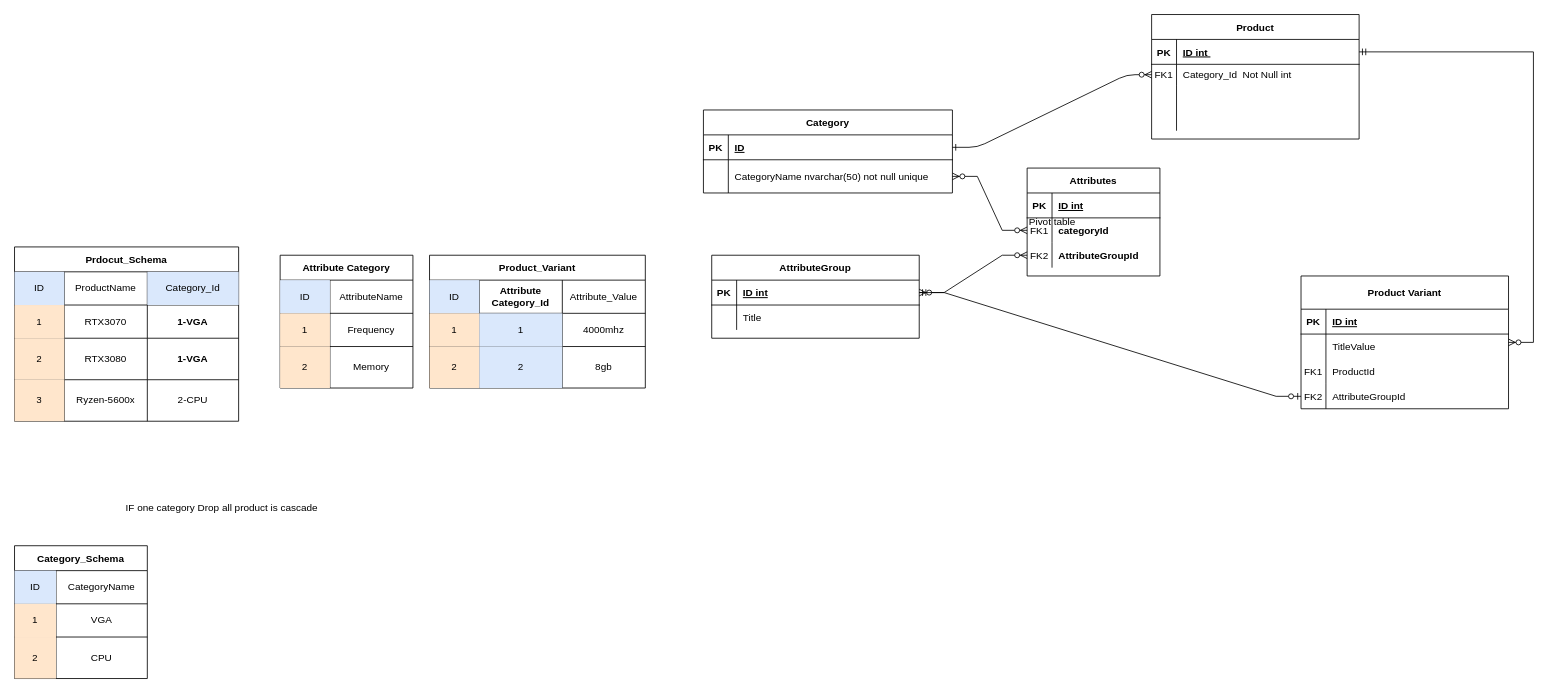
This is Untitled Diagram.drawio from MajidRad/Diagrams, a draw.io file, before an edit. Source tidied: cells renumbered, new cells numbered last; positions are measured from the earlier drawing's top-left corner, leaving out a move shared by most shapes. Both pictures are drawn from the tidied source at 83%, with x=0, y=0 at pixel (14, 14).
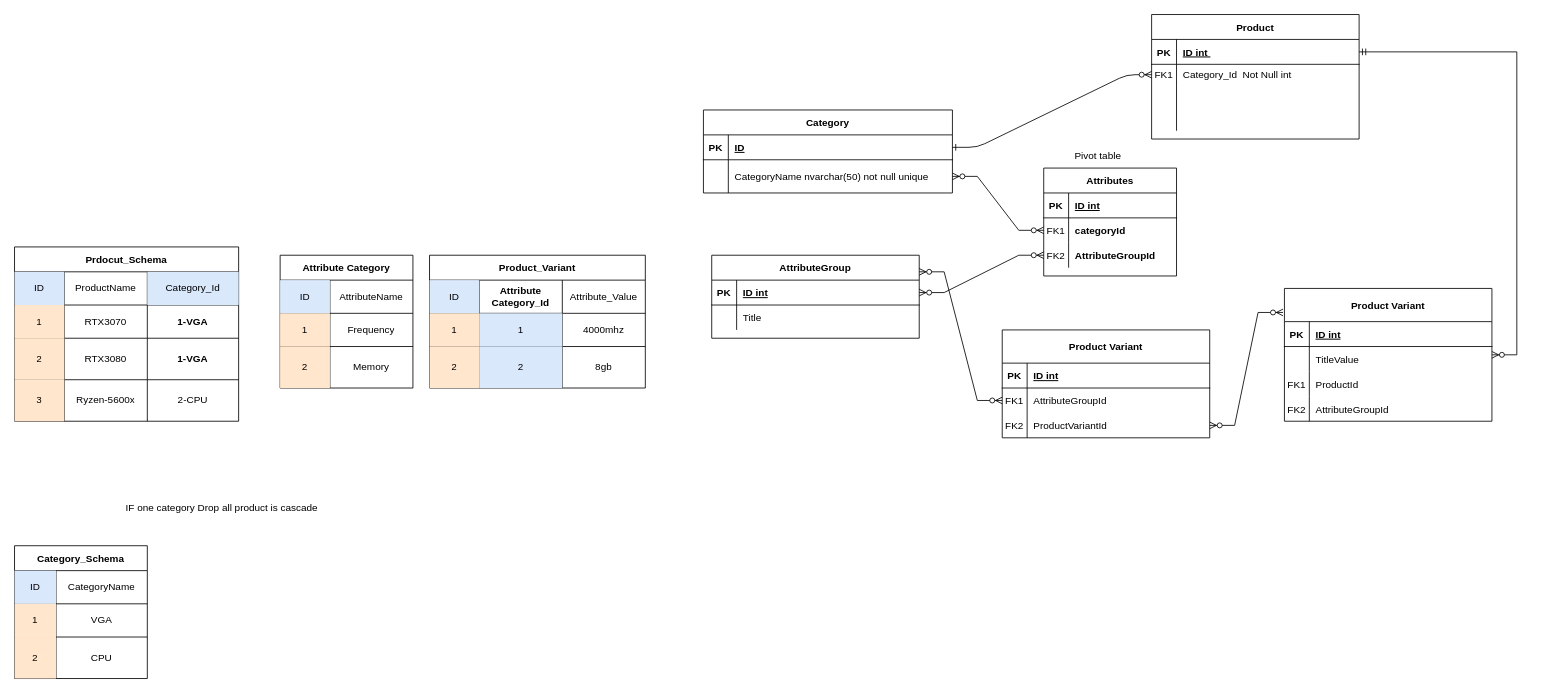
Above is the later version.

The change refers to these unchanged cells:
```xml
<mxCell id="21" style="shape=partialRectangle;fillColor=none;points=[[0,0.5],[1,0.5]];portConstraint=eastwest;top=0;left=0;right=0;bottom=1;" parent="20" vertex="1">
  <mxGeometry y="30" width="250" height="30" as="geometry" />
</mxCell>
<mxCell id="88" style="shape=partialRectangle;fillColor=none;points=[[0,0.5],[1,0.5]];portConstraint=eastwest;top=0;left=0;right=0;bottom=0;" parent="78" vertex="1">
  <mxGeometry y="130" width="250" height="30" as="geometry" />
</mxCell>
```

What changed in the source:
```diff
@@
     <mxCell id="78" value="Product Variant" style="shape=table;startSize=40;childLayout=tableLayout;rowLines=0;fontStyle=1;align=center;" parent="1" vertex="1">
-      <mxGeometry x="1550" y="315" width="250" height="160" as="geometry" />
+      <mxGeometry x="1530" y="330" width="250" height="160" as="geometry" />
     </mxCell>
@@
     <mxCell id="92" value="Attributes" style="shape=table;startSize=30;childLayout=tableLayout;rowLines=0;fontStyle=1;align=center;" parent="1" vertex="1">
-      <mxGeometry x="1220" y="185" width="160" height="130" as="geometry" />
+      <mxGeometry x="1240" y="185" width="160" height="130" as="geometry" />
     </mxCell>
@@
     <mxCell id="104" value="Pivot table" style="text;html=1;align=center;verticalAlign=middle;strokeColor=none;fillColor=none;" parent="1" vertex="1">
-      <mxGeometry x="1210" y="235" width="80" height="30" as="geometry" />
+      <mxGeometry x="1265" y="155" width="80" height="30" as="geometry" />
     </mxCell>
-    <mxCell id="105" style="edgeStyle=entityRelationEdgeStyle;fontSize=12;html=1;endArrow=ERzeroToOne;startArrow=ERmandOne;rounded=0;exitX=1;exitY=0.5;exitDx=0;exitDy=0;entryX=0;entryY=0.5;entryDx=0;entryDy=0;" parent="1" edge="1" source="21" target="88">
-      <mxGeometry relative="1" as="geometry" />
-    </mxCell>
+    <mxCell id="106" value="Product Variant" style="shape=table;startSize=40;childLayout=tableLayout;rowLines=0;fontStyle=1;align=center;" parent="1" vertex="1">
+      <mxGeometry x="1190" y="380" width="250" height="130" as="geometry" />
+    </mxCell>
+    <mxCell id="107" style="shape=partialRectangle;fillColor=none;top=0;left=0;right=0;bottom=1;" parent="106" vertex="1">
+      <mxGeometry y="40" width="250" height="30" as="geometry" />
+    </mxCell>
+    <mxCell id="108" value="PK" style="shape=partialRectangle;overflow=hidden;fillColor=none;top=0;left=0;bottom=0;right=0;fontStyle=1;" parent="107" vertex="1">
+      <mxGeometry width="30" height="30" as="geometry" />
+    </mxCell>
+    <mxCell id="109" value="ID int" style="shape=partialRectangle;overflow=hidden;fillColor=none;top=0;left=0;bottom=0;right=0;align=left;spacingLeft=6;fontStyle=5;" parent="107" vertex="1">
+      <mxGeometry x="30" width="220" height="30" as="geometry" />
+    </mxCell>
+    <mxCell id="110" style="shape=partialRectangle;fillColor=none;points=[[0,0.5],[1,0.5]];portConstraint=eastwest;top=0;left=0;right=0;bottom=0;" parent="106" vertex="1">
+      <mxGeometry y="70" width="250" height="30" as="geometry" />
+    </mxCell>
+    <mxCell id="111" value="FK1" style="shape=partialRectangle;overflow=hidden;fillColor=none;top=0;left=0;bottom=0;right=0;" parent="110" vertex="1">
+      <mxGeometry width="30" height="30" as="geometry" />
+    </mxCell>
+    <mxCell id="112" value="AttributeGroupId" style="shape=partialRectangle;overflow=hidden;fillColor=none;top=0;left=0;bottom=0;right=0;align=left;spacingLeft=6;" parent="110" vertex="1">
+      <mxGeometry x="30" width="220" height="30" as="geometry" />
+    </mxCell>
+    <mxCell id="113" style="shape=partialRectangle;fillColor=none;top=0;left=0;right=0;bottom=0;" parent="106" vertex="1">
+      <mxGeometry y="100" width="250" height="30" as="geometry" />
+    </mxCell>
+    <mxCell id="114" value="FK2" style="shape=partialRectangle;overflow=hidden;fillColor=none;top=0;left=0;bottom=0;right=0;" parent="113" vertex="1">
+      <mxGeometry width="30" height="30" as="geometry" />
+    </mxCell>
+    <mxCell id="115" value="ProductVariantId" style="shape=partialRectangle;overflow=hidden;fillColor=none;top=0;left=0;bottom=0;right=0;align=left;spacingLeft=6;" parent="113" vertex="1">
+      <mxGeometry x="30" width="220" height="30" as="geometry" />
+    </mxCell>
+    <mxCell id="116" style="edgeStyle=entityRelationEdgeStyle;fontSize=12;html=1;endArrow=ERzeroToMany;endFill=1;startArrow=ERzeroToMany;rounded=0;entryX=0;entryY=0.5;entryDx=0;entryDy=0;" parent="1" edge="1" target="110">
+      <mxGeometry relative="1" as="geometry">
+        <mxPoint x="1090" y="310" as="sourcePoint" />
+      </mxGeometry>
+    </mxCell>
+    <mxCell id="117" style="edgeStyle=entityRelationEdgeStyle;fontSize=12;html=1;endArrow=ERzeroToMany;endFill=1;startArrow=ERzeroToMany;rounded=0;entryX=-0.007;entryY=0.181;entryDx=0;entryDy=0;entryPerimeter=0;" parent="1" edge="1" target="78">
+      <mxGeometry relative="1" as="geometry">
+        <mxPoint x="1440" y="495" as="sourcePoint" />
+      </mxGeometry>
+    </mxCell>
```
